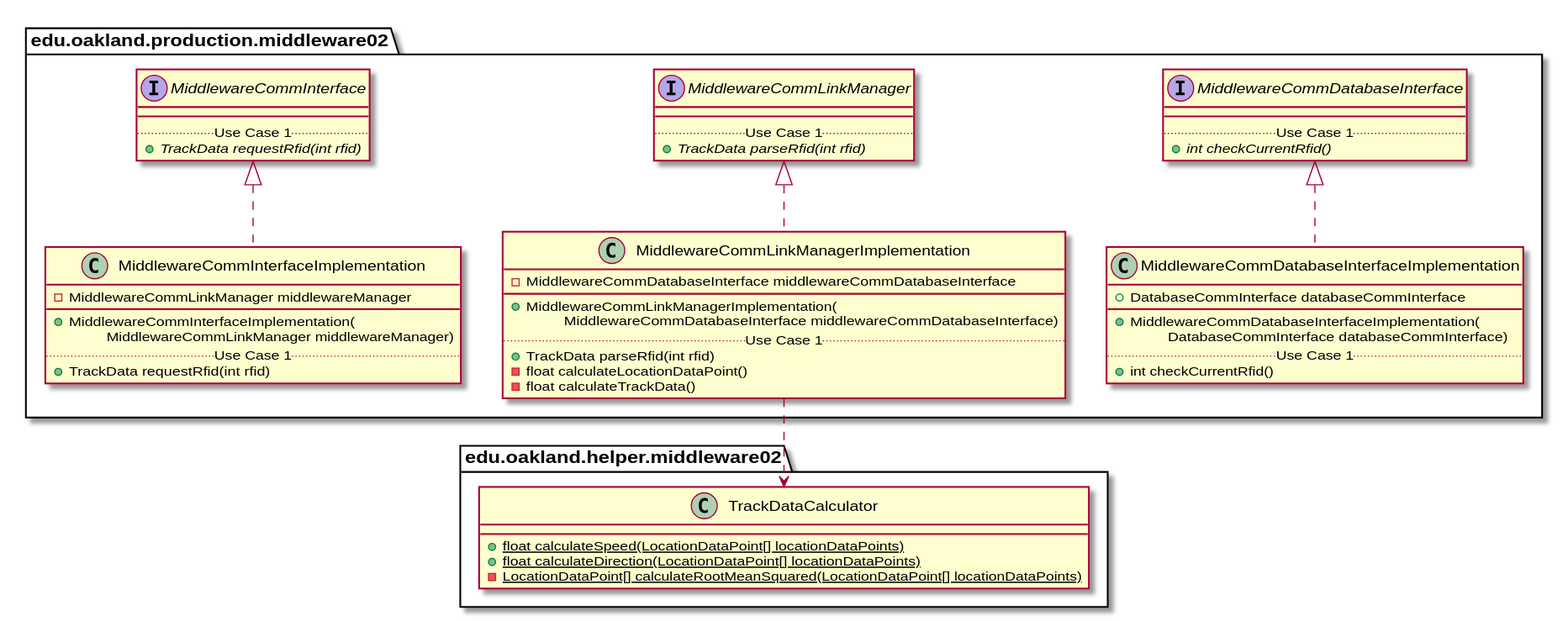
Earlier version of the PlantUML export docs/uml-class-diagrams/middleware02/production/Middleware02ProductionPackage_Closure.svg (andrewdimmer/csi-3370-software-project).
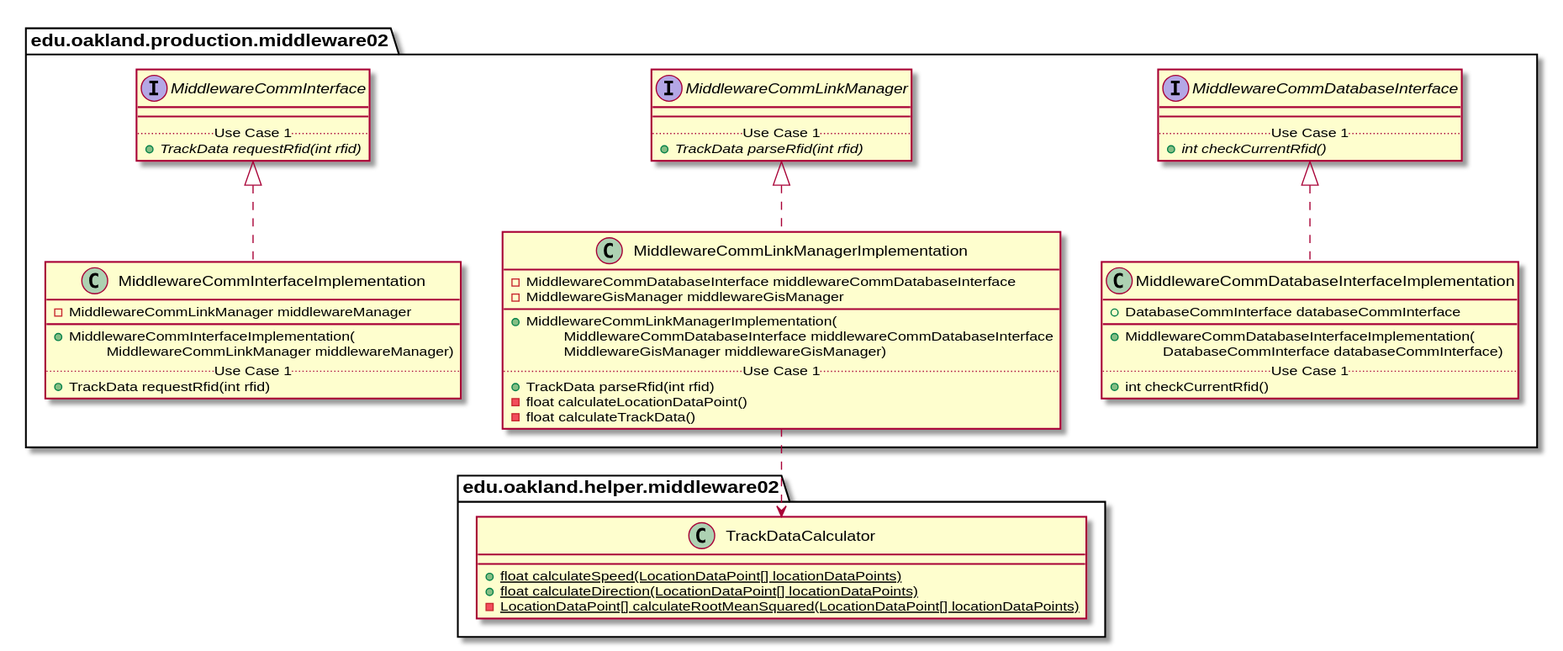
The same diagram one commit later.

What changed in the source:
```diff
@@ -73,9 +73,11 @@
 package edu.oakland.production.middleware02 {
     class MiddlewareCommLinkManagerImplementation {
         - MiddlewareCommDatabaseInterface middlewareCommDatabaseInterface
+        - MiddlewareGisManager middlewareGisManager
         __
         + MiddlewareCommLinkManagerImplementation(
-        \tMiddlewareCommDatabaseInterface middlewareCommDatabaseInterface)
+        \tMiddlewareCommDatabaseInterface middlewareCommDatabaseInterface
+        \tMiddlewareGisManager middlewareGisManager)
         .. Use Case 1 ..
         + TrackData parseRfid(int rfid)
         - float calculateLocationDataPoint()
```
